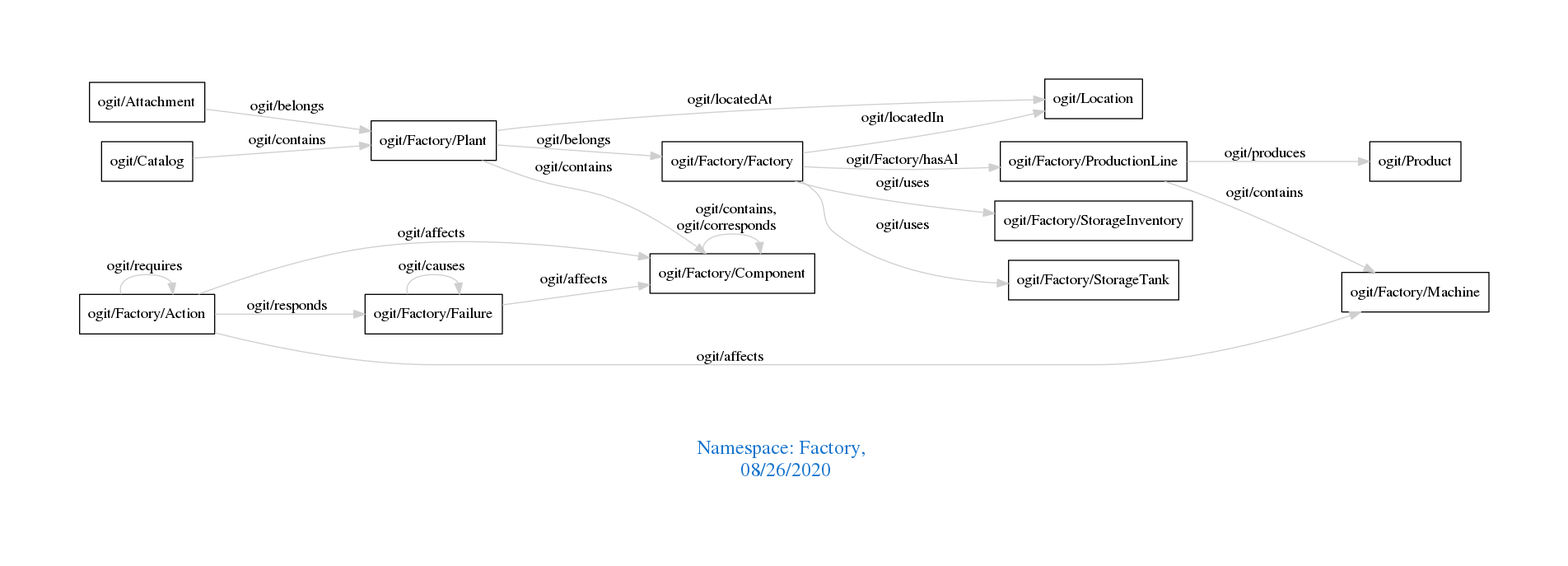
Earlier version of the Graphviz export downloads/Factory.png (arago/OGIT). Its source is kept beside it as downloads/Factory.dot. The source it was exported from:
```dot
digraph OGIT_ontology {
 graph [ rankdir= LR,pad=1
fontsize = 18,
fontcolor= dodgerblue3,label = "\n\n\nNamespace: Factory, \n 08/26/2020"];
node[shape=polygon];
edge [  color="gray81"];

   "ogit/Factory/Plant" -> "ogit/Factory/Component" [label="   ogit/contains    "];
   "ogit/Factory/ProductionLine" -> "ogit/Factory/Machine" [label="   ogit/contains    "];
   "ogit/Catalog" -> "ogit/Factory/Plant" [label="   ogit/contains    "];
   "ogit/Factory/Factory" -> "ogit/Factory/ProductionLine" [label="   ogit/Factory/hasAl    "];
   "ogit/Factory/Plant" -> "ogit/Location" [label="   ogit/locatedAt    "];
   "ogit/Factory/Factory" -> "ogit/Location" [label="   ogit/locatedIn    "];
   "ogit/Factory/Action" -> "ogit/Factory/Component" [label="   ogit/affects    "];
   "ogit/Factory/Action" -> "ogit/Factory/Machine" [label="   ogit/affects    "];
   "ogit/Factory/Failure" -> "ogit/Factory/Component" [label="   ogit/affects    "];
   "ogit/Factory/Action" -> "ogit/Factory/Failure" [label="   ogit/responds    "];
   "ogit/Factory/ProductionLine" -> "ogit/Product" [label="   ogit/produces    "];
   "ogit/Factory/Plant" -> "ogit/Factory/Factory" [label="   ogit/belongs    "];
   "ogit/Attachment" -> "ogit/Factory/Plant" [label="   ogit/belongs    "];
   "ogit/Factory/Factory" -> "ogit/Factory/StorageInventory" [label="   ogit/uses    "];
   "ogit/Factory/Factory" -> "ogit/Factory/StorageTank" [label="   ogit/uses    "];
   "ogit/Factory/Action" -> "ogit/Factory/Action" [label="   ogit/requires    "];
   "ogit/Factory/Component" -> "ogit/Factory/Component" [label="   ogit/contains, \n ogit/corresponds    "];
   "ogit/Factory/Failure" -> "ogit/Factory/Failure" [label="   ogit/causes    "];
}
```
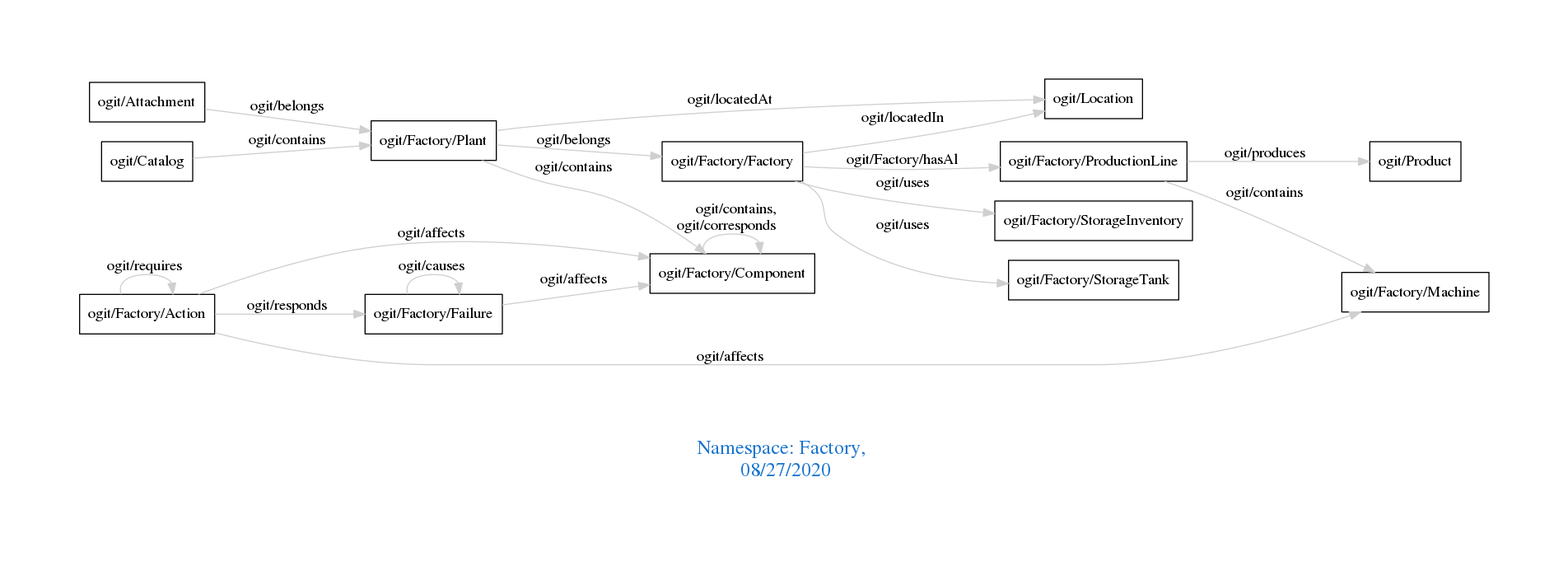
Above is the later version.

What changed in the source:
```diff
@@ -1,7 +1,7 @@
 digraph OGIT_ontology {
  graph [ rankdir= LR,pad=1
 fontsize = 18,
-fontcolor= dodgerblue3,label = "\n\n\nNamespace: Factory, \n 08/26/2020"];
+fontcolor= dodgerblue3,label = "\n\n\nNamespace: Factory, \n 08/27/2020"];
 node[shape=polygon];
 edge [  color="gray81"];
 
```
